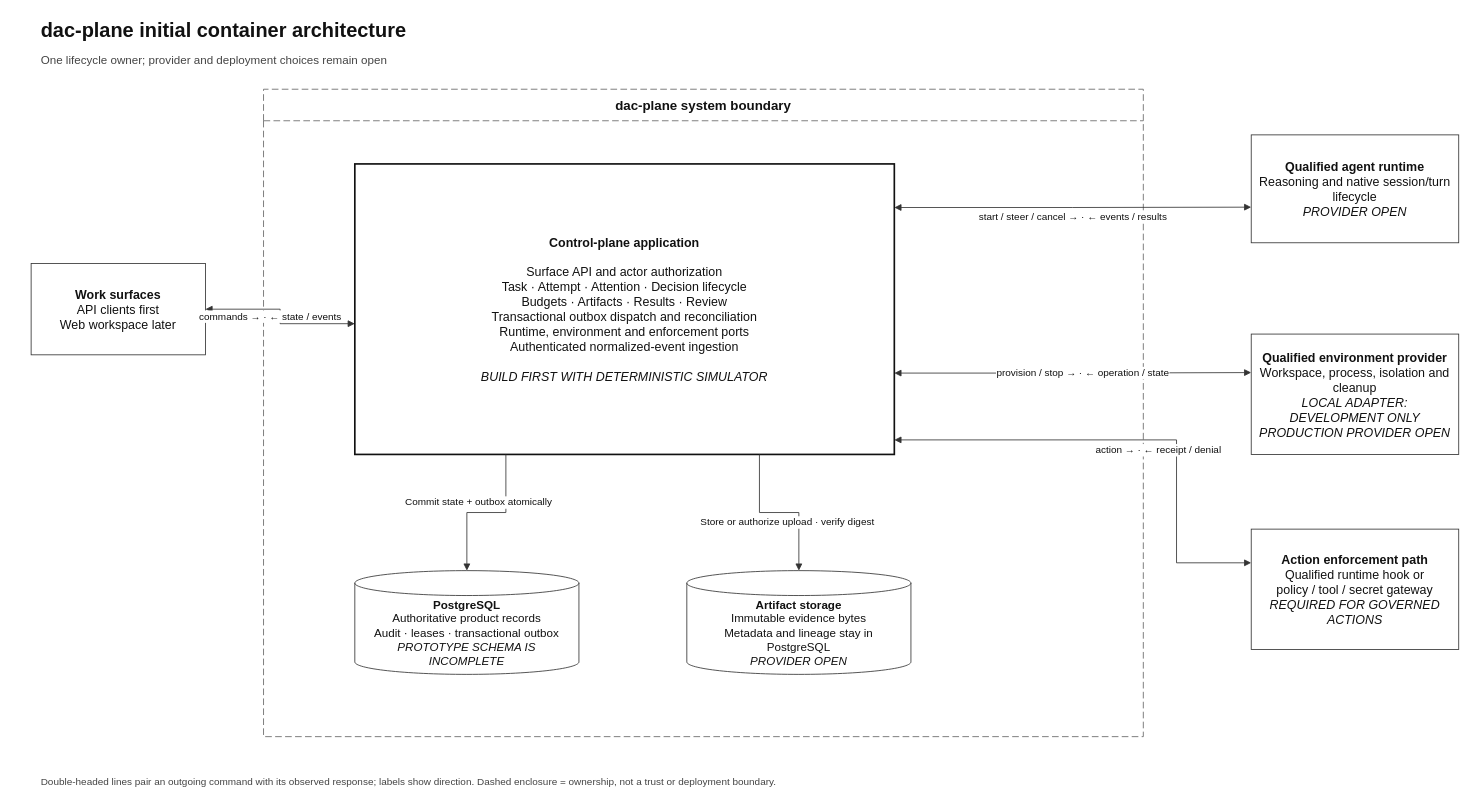
This is docs/architecture/container-view.drawio from dac-plane/dac-plane, a draw.io file, before an edit. Source tidied: cells renumbered, new cells numbered last; positions are measured from the earlier drawing's top-left corner, leaving out a move shared by most shapes. Both pictures are drawn from the tidied source at 83%, with x=0, y=0 at pixel (31, 14).
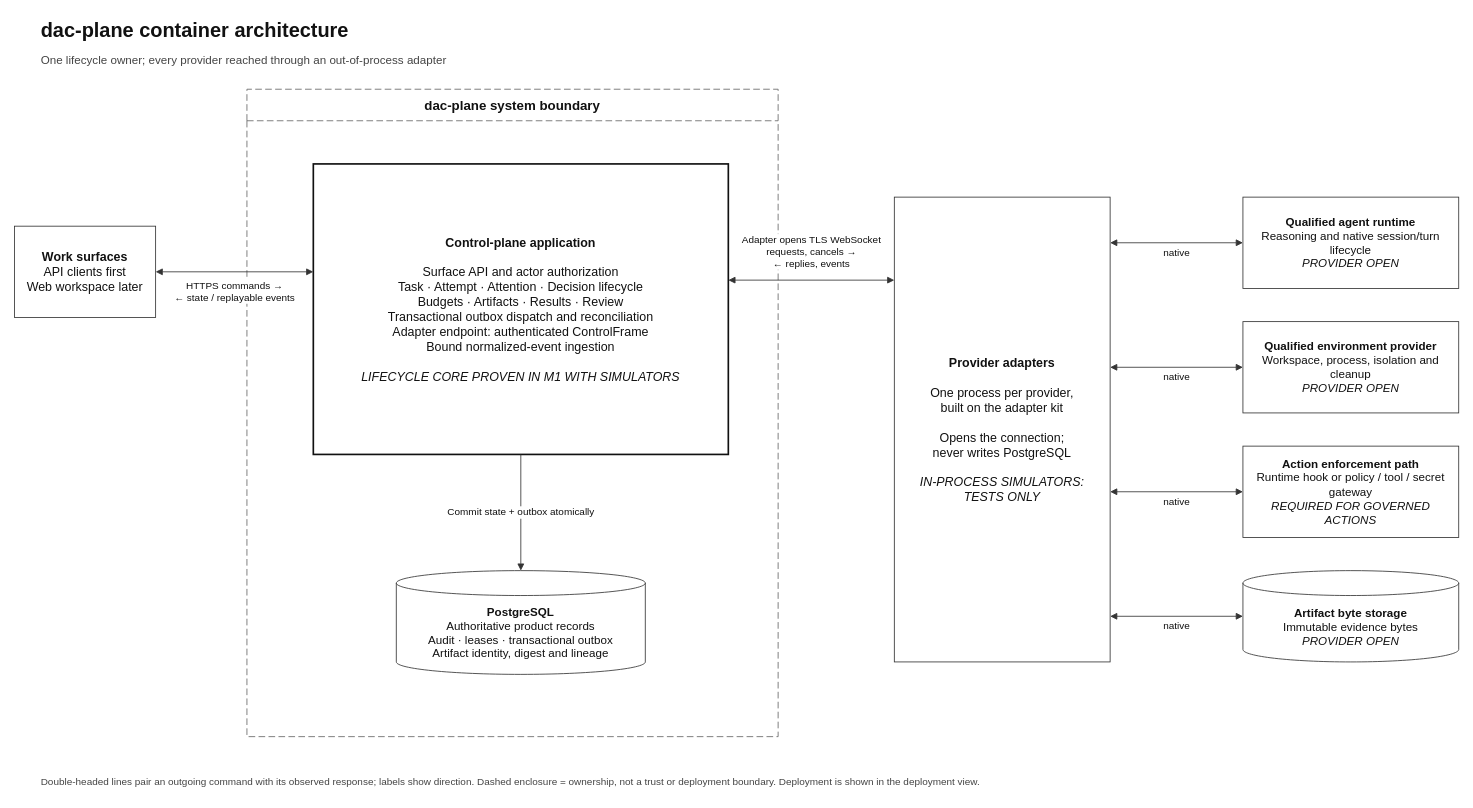
The same page after the edit.

Commit message (it also covers changes not shown here):
docs (architecture):  (#81)  refresh the container view after M1

Change to the diagram source:
```diff
@@
-    <mxCell id="2" value="dac-plane initial container architecture" style="text;html=1;strokeColor=none;fillColor=none;align=left;verticalAlign=middle;fontSize=24;fontStyle=1;fontColor=#111111;" parent="1" vertex="1">
+    <mxCell id="2" value="dac-plane container architecture" style="text;html=1;strokeColor=none;fillColor=none;align=left;verticalAlign=middle;fontSize=24;fontStyle=1;fontColor=#111111;" parent="1" vertex="1">
       <mxGeometry x="10" width="760" height="40" as="geometry" />
     </mxCell>
-    <mxCell id="3" value="One lifecycle owner; provider and deployment choices remain open" style="text;html=1;strokeColor=none;fillColor=none;align=left;verticalAlign=middle;fontSize=14;fontColor=#444444;" parent="1" vertex="1">
-      <mxGeometry x="10" y="40" width="760" height="30" as="geometry" />
+    <mxCell id="3" value="One lifecycle owner; every provider reached through an out-of-process adapter" style="text;html=1;strokeColor=none;fillColor=none;align=left;verticalAlign=middle;fontSize=14;fontColor=#444444;" parent="1" vertex="1">
+      <mxGeometry x="10" y="40" width="900" height="30" as="geometry" />
     </mxCell>
     <mxCell id="4" value="&lt;b&gt;Work surfaces&lt;/b&gt;&lt;br&gt;API clients first&lt;br&gt;Web workspace later" style="rounded=0;whiteSpace=wrap;html=1;fillColor=#FFFFFF;strokeColor=#333333;fontColor=#111111;fontSize=15;spacing=10;" parent="1" vertex="1">
-      <mxGeometry y="300" width="210" height="110" as="geometry" />
+      <mxGeometry x="-20" y="255" width="170" height="110" as="geometry" />
     </mxCell>
     <mxCell id="5" value="dac-plane system boundary" style="swimlane;horizontal=1;startSize=38;rounded=0;whiteSpace=wrap;html=1;fillColor=#FFFFFF;strokeColor=#666666;fontColor=#111111;fontSize=16;fontStyle=1;dashed=1;dashPattern=8 4;" parent="1" vertex="1">
-      <mxGeometry x="280" y="90" width="1060" height="780" as="geometry" />
+      <mxGeometry x="260" y="90" width="640" height="780" as="geometry" />
     </mxCell>
-    <mxCell id="6" value="&lt;b&gt;Control-plane application&lt;/b&gt;&lt;br&gt;&lt;br&gt;Surface API and actor authorization&lt;br&gt;Task · Attempt · Attention · Decision lifecycle&lt;br&gt;Budgets · Artifacts · Results · Review&lt;br&gt;Transactional outbox dispatch and reconciliation&lt;br&gt;Runtime, environment and enforcement ports&lt;br&gt;Authenticated normalized-event ingestion&lt;br&gt;&lt;br&gt;&lt;i&gt;BUILD FIRST WITH DETERMINISTIC SIMULATOR&lt;/i&gt;" style="rounded=0;whiteSpace=wrap;html=1;fillColor=#FFFFFF;strokeColor=#111111;strokeWidth=2;fontColor=#111111;fontSize=15;spacing=10;" parent="1" vertex="1">
-      <mxGeometry x="390" y="180" width="650" height="350" as="geometry" />
+    <mxCell id="6" value="&lt;b&gt;Control-plane application&lt;/b&gt;&lt;br&gt;&lt;br&gt;Surface API and actor authorization&lt;br&gt;Task · Attempt · Attention · Decision lifecycle&lt;br&gt;Budgets · Artifacts · Results · Review&lt;br&gt;Transactional outbox dispatch and reconciliation&lt;br&gt;Adapter endpoint: authenticated ControlFrame&lt;br&gt;Bound normalized-event ingestion&lt;br&gt;&lt;br&gt;&lt;i&gt;LIFECYCLE CORE PROVEN IN M1 WITH SIMULATORS&lt;/i&gt;" style="rounded=0;whiteSpace=wrap;html=1;fillColor=#FFFFFF;strokeColor=#111111;strokeWidth=2;fontColor=#111111;fontSize=15;spacing=10;" parent="1" vertex="1">
+      <mxGeometry x="340" y="180" width="500" height="350" as="geometry" />
     </mxCell>
-    <mxCell id="7" value="&lt;b&gt;PostgreSQL&lt;/b&gt;&lt;br&gt;Authoritative product records&lt;br&gt;Audit · leases · transactional outbox&lt;br&gt;&lt;i&gt;PROTOTYPE SCHEMA IS INCOMPLETE&lt;/i&gt;" style="shape=cylinder3;whiteSpace=wrap;html=1;boundedLbl=1;backgroundOutline=1;fillColor=#FFFFFF;strokeColor=#333333;fontColor=#111111;fontSize=14;spacing=8;" parent="1" vertex="1">
-      <mxGeometry x="390" y="670" width="270" height="125" as="geometry" />
+    <mxCell id="7" value="&lt;b&gt;PostgreSQL&lt;/b&gt;&lt;br&gt;Authoritative product records&lt;br&gt;Audit · leases · transactional outbox&lt;br&gt;Artifact identity, digest and lineage" style="shape=cylinder3;whiteSpace=wrap;html=1;boundedLbl=1;backgroundOutline=1;fillColor=#FFFFFF;strokeColor=#333333;fontColor=#111111;fontSize=14;spacing=8;" parent="1" vertex="1">
+      <mxGeometry x="440" y="670" width="300" height="125" as="geometry" />
     </mxCell>
-    <mxCell id="8" value="&lt;b&gt;Artifact storage&lt;/b&gt;&lt;br&gt;Immutable evidence bytes&lt;br&gt;Metadata and lineage stay in PostgreSQL&lt;br&gt;&lt;i&gt;PROVIDER OPEN&lt;/i&gt;" style="shape=cylinder3;whiteSpace=wrap;html=1;boundedLbl=1;backgroundOutline=1;fillColor=#FFFFFF;strokeColor=#333333;fontColor=#111111;fontSize=14;spacing=8;" parent="1" vertex="1">
-      <mxGeometry x="790" y="670" width="270" height="125" as="geometry" />
-    </mxCell>
+    <mxCell id="19" value="&lt;b&gt;Provider adapters&lt;/b&gt;&lt;br&gt;&lt;br&gt;One process per provider,&lt;br&gt;built on the adapter kit&lt;br&gt;&lt;br&gt;Opens the connection;&lt;br&gt;never writes PostgreSQL&lt;br&gt;&lt;br&gt;&lt;i&gt;IN-PROCESS SIMULATORS:&lt;br&gt;TESTS ONLY&lt;/i&gt;" style="rounded=0;whiteSpace=wrap;html=1;fillColor=#FFFFFF;strokeColor=#333333;fontColor=#111111;fontSize=15;spacing=10;" parent="1" vertex="1">
+      <mxGeometry x="1040" y="220" width="260" height="560" as="geometry" />
+    </mxCell>
-    <mxCell id="9" value="&lt;b&gt;Qualified agent runtime&lt;/b&gt;&lt;br&gt;Reasoning and native session/turn lifecycle&lt;br&gt;&lt;i&gt;PROVIDER OPEN&lt;/i&gt;" style="rounded=0;whiteSpace=wrap;html=1;fillColor=#FFFFFF;strokeColor=#333333;fontColor=#111111;fontSize=15;spacing=10;" parent="1" vertex="1">
-      <mxGeometry x="1470" y="145" width="250" height="130" as="geometry" />
+    <mxCell id="9" value="&lt;b&gt;Qualified agent runtime&lt;/b&gt;&lt;br&gt;Reasoning and native session/turn lifecycle&lt;br&gt;&lt;i&gt;PROVIDER OPEN&lt;/i&gt;" style="rounded=0;whiteSpace=wrap;html=1;fillColor=#FFFFFF;strokeColor=#333333;fontColor=#111111;fontSize=14;spacing=8;" parent="1" vertex="1">
+      <mxGeometry x="1460" y="220" width="260" height="110" as="geometry" />
     </mxCell>
-    <mxCell id="10" value="&lt;b&gt;Qualified environment provider&lt;/b&gt;&lt;br&gt;Workspace, process, isolation and cleanup&lt;br&gt;&lt;i&gt;LOCAL ADAPTER: DEVELOPMENT ONLY&lt;/i&gt;&lt;br&gt;&lt;i&gt;PRODUCTION PROVIDER OPEN&lt;/i&gt;" style="rounded=0;whiteSpace=wrap;html=1;fillColor=#FFFFFF;strokeColor=#333333;fontColor=#111111;fontSize=15;spacing=10;" parent="1" vertex="1">
-      <mxGeometry x="1470" y="385" width="250" height="145" as="geometry" />
+    <mxCell id="10" value="&lt;b&gt;Qualified environment provider&lt;/b&gt;&lt;br&gt;Workspace, process, isolation and cleanup&lt;br&gt;&lt;i&gt;PROVIDER OPEN&lt;/i&gt;" style="rounded=0;whiteSpace=wrap;html=1;fillColor=#FFFFFF;strokeColor=#333333;fontColor=#111111;fontSize=14;spacing=8;" parent="1" vertex="1">
+      <mxGeometry x="1460" y="370" width="260" height="110" as="geometry" />
     </mxCell>
-    <mxCell id="11" value="&lt;b&gt;Action enforcement path&lt;/b&gt;&lt;br&gt;Qualified runtime hook or&lt;br&gt;policy / tool / secret gateway&lt;br&gt;&lt;i&gt;REQUIRED FOR GOVERNED ACTIONS&lt;/i&gt;" style="rounded=0;whiteSpace=wrap;html=1;fillColor=#FFFFFF;strokeColor=#333333;fontColor=#111111;fontSize=15;spacing=10;" parent="1" vertex="1">
-      <mxGeometry x="1470" y="620" width="250" height="145" as="geometry" />
+    <mxCell id="11" value="&lt;b&gt;Action enforcement path&lt;/b&gt;&lt;br&gt;Runtime hook or policy / tool / secret gateway&lt;br&gt;&lt;i&gt;REQUIRED FOR GOVERNED ACTIONS&lt;/i&gt;" style="rounded=0;whiteSpace=wrap;html=1;fillColor=#FFFFFF;strokeColor=#333333;fontColor=#111111;fontSize=14;spacing=8;" parent="1" vertex="1">
+      <mxGeometry x="1460" y="520" width="260" height="110" as="geometry" />
     </mxCell>
+    <mxCell id="8" value="&lt;b&gt;Artifact byte storage&lt;/b&gt;&lt;br&gt;Immutable evidence bytes&lt;br&gt;&lt;i&gt;PROVIDER OPEN&lt;/i&gt;" style="shape=cylinder3;whiteSpace=wrap;html=1;boundedLbl=1;backgroundOutline=1;fillColor=#FFFFFF;strokeColor=#333333;fontColor=#111111;fontSize=14;spacing=8;" parent="1" vertex="1">
+      <mxGeometry x="1460" y="670" width="260" height="110" as="geometry" />
+    </mxCell>
-    <mxCell id="12" value="Double-headed lines pair an outgoing command with its observed response; labels show direction. Dashed enclosure = ownership, not a trust or deployment boundary." style="text;html=1;strokeColor=none;fillColor=none;align=left;verticalAlign=middle;fontSize=12;fontColor=#444444;" parent="1" vertex="1">
+    <mxCell id="12" value="Double-headed lines pair an outgoing command with its observed response; labels show direction. Dashed enclosure = ownership, not a trust or deployment boundary. Deployment is shown in the deployment view." style="text;html=1;strokeColor=none;fillColor=none;align=left;verticalAlign=middle;fontSize=12;fontColor=#444444;" parent="1" vertex="1">
       <mxGeometry x="10" y="910" width="1500" height="30" as="geometry" />
     </mxCell>
-    <mxCell id="13" value="commands →  ·  ← state / events" style="edgeStyle=orthogonalEdgeStyle;rounded=0;jettySize=auto;html=1;strokeColor=#333333;fontColor=#111111;fontSize=12;labelBackgroundColor=#FFFFFF;startArrow=block;startFill=1;endArrow=block;endFill=1;exitX=1;exitY=0.5;exitDx=0;exitDy=0;entryX=0;entryY=0.55;entryDx=0;entryDy=0;" parent="1" edge="1" source="4" target="6">
-      <mxGeometry y="-12" relative="1" as="geometry" />
+    <mxCell id="13" value="HTTPS commands →&lt;br&gt;← state / replayable events" style="edgeStyle=orthogonalEdgeStyle;rounded=0;jettySize=auto;html=1;strokeColor=#333333;fontColor=#111111;fontSize=12;labelBackgroundColor=#FFFFFF;startArrow=block;startFill=1;endArrow=block;endFill=1;exitX=1;exitY=0.5;exitDx=0;exitDy=0;entryX=0;entryY=0.3714;entryDx=0;entryDy=0;" parent="1" edge="1" source="4" target="6">
+      <mxGeometry y="-24" relative="1" as="geometry" />
     </mxCell>
-    <mxCell id="14" value="Commit state + outbox atomically" style="edgeStyle=orthogonalEdgeStyle;rounded=0;jettySize=auto;html=1;strokeColor=#333333;fontColor=#111111;fontSize=12;labelBackgroundColor=#FFFFFF;endArrow=block;endFill=1;exitX=0.28;exitY=1;exitDx=0;exitDy=0;entryX=0.5;entryY=0;entryDx=0;entryDy=0;" parent="1" edge="1" source="6" target="7">
-      <mxGeometry x="0.1" y="-12" relative="1" as="geometry" />
+    <mxCell id="14" value="Commit state + outbox atomically" style="edgeStyle=orthogonalEdgeStyle;rounded=0;jettySize=auto;html=1;strokeColor=#333333;fontColor=#111111;fontSize=12;labelBackgroundColor=#FFFFFF;endArrow=block;endFill=1;exitX=0.5;exitY=1;exitDx=0;exitDy=0;entryX=0.5;entryY=0;entryDx=0;entryDy=0;" parent="1" edge="1" source="6" target="7">
+      <mxGeometry relative="1" as="geometry" />
     </mxCell>
-    <mxCell id="15" value="Store or authorize upload · verify digest" style="edgeStyle=orthogonalEdgeStyle;rounded=0;jettySize=auto;html=1;strokeColor=#333333;fontColor=#111111;fontSize=12;labelBackgroundColor=#FFFFFF;endArrow=block;endFill=1;exitX=0.75;exitY=1;exitDx=0;exitDy=0;entryX=0.5;entryY=0;entryDx=0;entryDy=0;" parent="1" edge="1" source="6" target="8">
-      <mxGeometry x="0.1" y="-12" relative="1" as="geometry" />
-    </mxCell>
-    <mxCell id="16" value="start / steer / cancel →  ·  ← events / results" style="edgeStyle=orthogonalEdgeStyle;rounded=0;jettySize=auto;html=1;strokeColor=#333333;fontColor=#111111;fontSize=12;labelBackgroundColor=#FFFFFF;startArrow=block;startFill=1;endArrow=block;endFill=1;exitX=1;exitY=0.15;exitDx=0;exitDy=0;entryX=0;entryY=0.67;entryDx=0;entryDy=0;" parent="1" edge="1" source="6" target="9">
-      <mxGeometry y="-12" relative="1" as="geometry" />
-    </mxCell>
-    <mxCell id="17" value="provision / stop →  ·  ← operation / state" style="edgeStyle=orthogonalEdgeStyle;rounded=0;jettySize=auto;html=1;strokeColor=#333333;fontColor=#111111;fontSize=12;labelBackgroundColor=#FFFFFF;startArrow=block;startFill=1;endArrow=block;endFill=1;exitX=1;exitY=0.72;exitDx=0;exitDy=0;entryX=0;entryY=0.32;entryDx=0;entryDy=0;" parent="1" edge="1" source="6" target="10">
-      <mxGeometry y="-12" relative="1" as="geometry" />
-    </mxCell>
-    <mxCell id="18" value="action →  ·  ← receipt / denial" style="edgeStyle=orthogonalEdgeStyle;rounded=0;jettySize=auto;html=1;strokeColor=#333333;fontColor=#111111;fontSize=12;labelBackgroundColor=#FFFFFF;startArrow=block;startFill=1;endArrow=block;endFill=1;exitX=1;exitY=0.95;exitDx=0;exitDy=0;entryX=0;entryY=0.28;entryDx=0;entryDy=0;" parent="1" edge="1" source="6" target="11">
-      <mxGeometry x="0.1" y="-12" relative="1" as="geometry">
-        <Array as="points">
-          <mxPoint x="1380" y="513" />
-          <mxPoint x="1380" y="661" />
-        </Array>
-      </mxGeometry>
-    </mxCell>
+    <mxCell id="20" value="Adapter opens TLS WebSocket&lt;br&gt;requests, cancels →&lt;br&gt;← replies, events" style="edgeStyle=orthogonalEdgeStyle;rounded=0;jettySize=auto;html=1;strokeColor=#333333;fontColor=#111111;fontSize=12;labelBackgroundColor=#FFFFFF;startArrow=block;startFill=1;endArrow=block;endFill=1;exitX=0;exitY=0.1786;exitDx=0;exitDy=0;entryX=1;entryY=0.4;entryDx=0;entryDy=0;" parent="1" edge="1" source="19" target="6">
+      <mxGeometry y="-34" relative="1" as="geometry" />
+    </mxCell>
+    <mxCell id="21" value="native" style="edgeStyle=orthogonalEdgeStyle;rounded=0;jettySize=auto;html=1;strokeColor=#333333;fontColor=#111111;fontSize=12;labelBackgroundColor=#FFFFFF;startArrow=block;startFill=1;endArrow=block;endFill=1;exitX=1;exitY=0.0982;exitDx=0;exitDy=0;entryX=0;entryY=0.5;entryDx=0;entryDy=0;" parent="1" edge="1" source="19" target="9">
+      <mxGeometry y="-12" relative="1" as="geometry" />
+    </mxCell>
+    <mxCell id="22" value="native" style="edgeStyle=orthogonalEdgeStyle;rounded=0;jettySize=auto;html=1;strokeColor=#333333;fontColor=#111111;fontSize=12;labelBackgroundColor=#FFFFFF;startArrow=block;startFill=1;endArrow=block;endFill=1;exitX=1;exitY=0.3661;exitDx=0;exitDy=0;entryX=0;entryY=0.5;entryDx=0;entryDy=0;" parent="1" edge="1" source="19" target="10">
+      <mxGeometry y="-12" relative="1" as="geometry" />
+    </mxCell>
+    <mxCell id="23" value="native" style="edgeStyle=orthogonalEdgeStyle;rounded=0;jettySize=auto;html=1;strokeColor=#333333;fontColor=#111111;fontSize=12;labelBackgroundColor=#FFFFFF;startArrow=block;startFill=1;endArrow=block;endFill=1;exitX=1;exitY=0.6339;exitDx=0;exitDy=0;entryX=0;entryY=0.5;entryDx=0;entryDy=0;" parent="1" edge="1" source="19" target="11">
+      <mxGeometry y="-12" relative="1" as="geometry" />
+    </mxCell>
+    <mxCell id="24" value="native" style="edgeStyle=orthogonalEdgeStyle;rounded=0;jettySize=auto;html=1;strokeColor=#333333;fontColor=#111111;fontSize=12;labelBackgroundColor=#FFFFFF;startArrow=block;startFill=1;endArrow=block;endFill=1;exitX=1;exitY=0.9018;exitDx=0;exitDy=0;entryX=0;entryY=0.5;entryDx=0;entryDy=0;" parent="1" edge="1" source="19" target="8">
+      <mxGeometry y="-12" relative="1" as="geometry" />
+    </mxCell>
```
